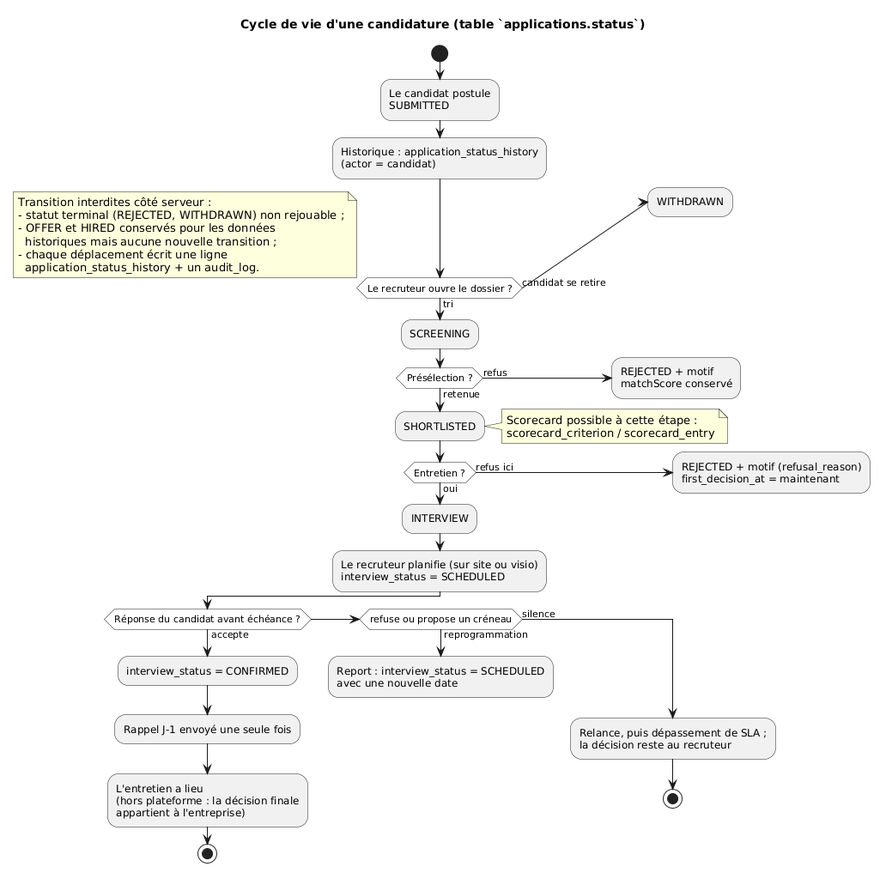
anadouae/HireLink keeps this PlantUML diagram as docs/diagrammes/v5/06_activite_pipeline.png. Above is the earlier version. The source it was exported from:
```plantuml
@startuml
skinparam ActivityDiamondBackgroundColor #FFFFFF
title Cycle de vie d'une candidature (table `applications.status`)

start
:Le candidat postule\nSUBMITTED;
:Historique : application_status_history\n(actor = candidat);
if (Le recruteur ouvre le dossier ?) then (tri)
  :SCREENING;
  if (Présélection ?) then (retenue)
    :SHORTLISTED;
    note right
      Scorecard possible à cette étape :
      scorecard_criterion / scorecard_entry
    end note
    if (Entretien ?) then (oui)
      :INTERVIEW;
      :Le recruteur planifie (sur site ou visio)\ninterview_status = SCHEDULED;
      if (Réponse du candidat avant échéance ?) then (accepte)
        :interview_status = CONFIRMED;
        :Rappel J-1 envoyé une seule fois;
        :L'entretien a lieu\n(hors plateforme : la décision finale\nappartient à l'entreprise);
        stop
      elseif (refuse ou propose un créneau) then (reprogrammation)
        :Report : interview_status = SCHEDULED\navec une nouvelle date;
        detach
      else (silence)
        :Relance, puis dépassement de SLA ;\nla décision reste au recruteur;
        stop
      endif
    else (refus ici)
      :REJECTED + motif (refusal_reason)\nfirst_decision_at = maintenant;
      detach
    endif
  else (refus)
    :REJECTED + motif\nmatchScore conservé;
    detach
  endif
else (candidat se retire)
  :WITHDRAWN;
  detach
endif
note right
  Transition interdites côté serveur :
  - statut terminal (REJECTED, WITHDRAWN) non rejouable ;
  - OFFER et HIRED conservés pour les données
    historiques mais aucune nouvelle transition ;
  - chaque déplacement écrit une ligne
    application_status_history + un audit_log.
end note
@enduml
```
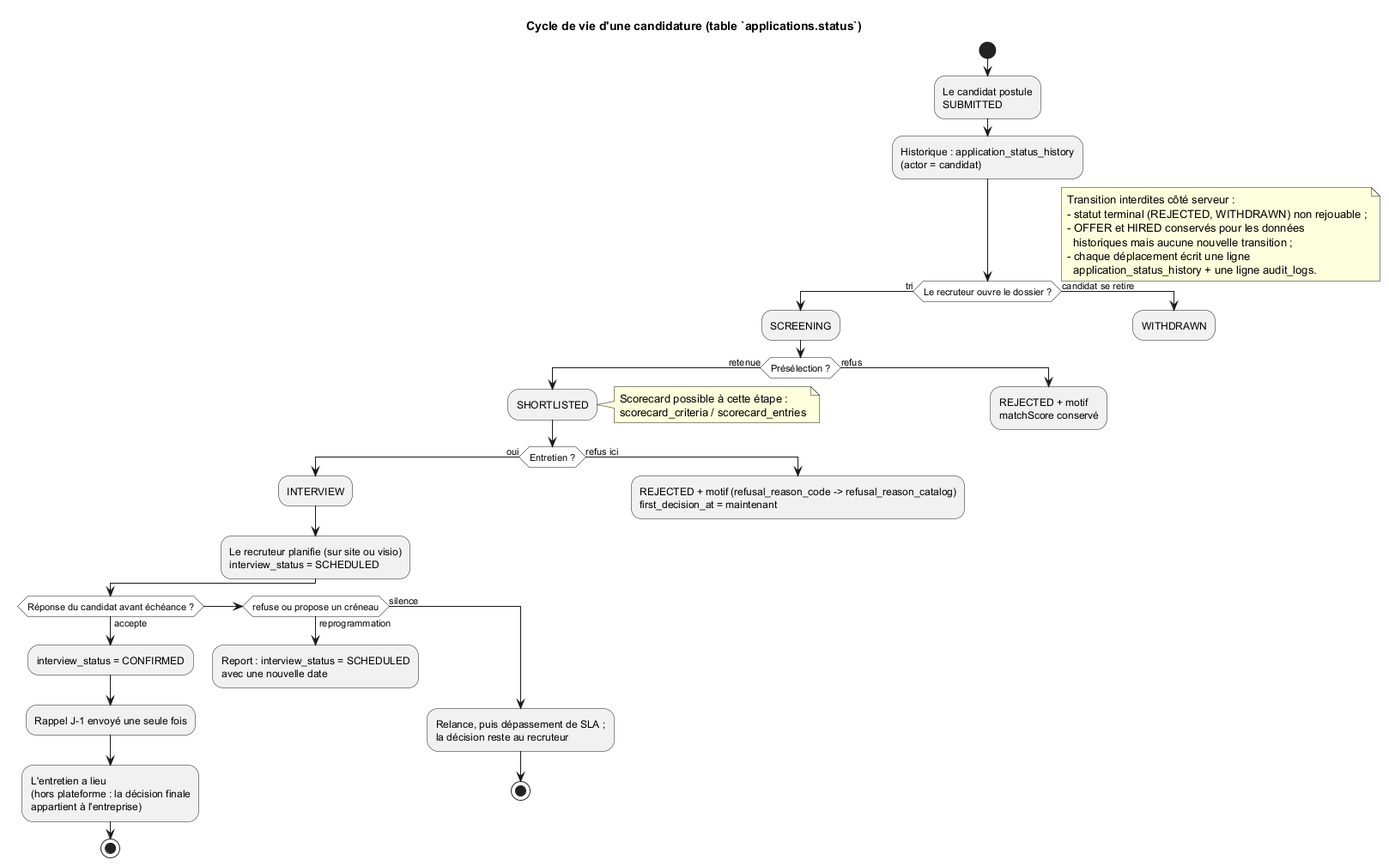
Later version of the same file.

The edit, as a diff of the source:
```diff
@@ -1,4 +1,4 @@
-@startuml
+@startuml activite_pipeline_v5
 skinparam ActivityDiamondBackgroundColor #FFFFFF
 title Cycle de vie d'une candidature (table `applications.status`)
 
@@ -11,7 +11,7 @@
     :SHORTLISTED;
     note right
       Scorecard possible à cette étape :
-      scorecard_criterion / scorecard_entry
+      scorecard_criteria / scorecard_entries
     end note
     if (Entretien ?) then (oui)
       :INTERVIEW;
@@ -29,7 +29,7 @@
         stop
       endif
     else (refus ici)
-      :REJECTED + motif (refusal_reason)\nfirst_decision_at = maintenant;
+      :REJECTED + motif (refusal_reason_code -> refusal_reason_catalog)\nfirst_decision_at = maintenant;
       detach
     endif
   else (refus)
@@ -46,6 +46,6 @@
   - OFFER et HIRED conservés pour les données
     historiques mais aucune nouvelle transition ;
   - chaque déplacement écrit une ligne
-    application_status_history + un audit_log.
+    application_status_history + une ligne audit_logs.
 end note
 @enduml
```
